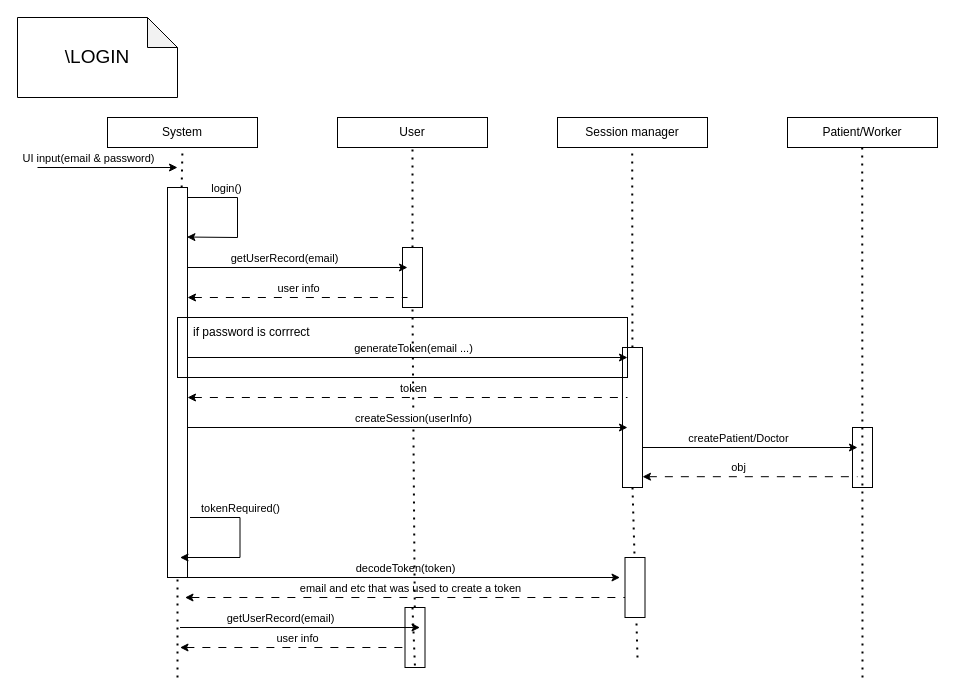
Earlier version of the draw.io diagram Project_Documentation/sequence_design/Login.drawio (IndecentTulip/Online-Health-Monitoring-System). Source tidied: cells renumbered, new cells numbered last; positions are measured from the earlier drawing's top-left corner, leaving out a move shared by most shapes. Both pictures are drawn from the tidied source at 100%, with x=0, y=0 at pixel (17, 17).
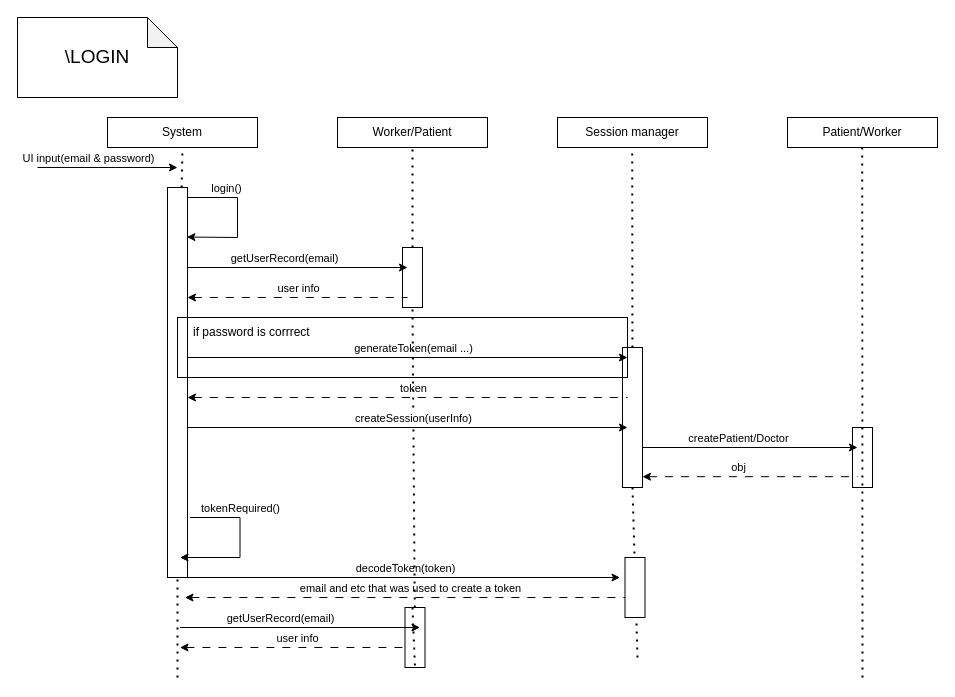
Above is the later version.

Change to the diagram source:
```diff
@@
-    <mxCell id="15" value="User" style="rounded=0;whiteSpace=wrap;html=1;" parent="1" vertex="1">
+    <mxCell id="15" value="Worker/Patient" style="rounded=0;whiteSpace=wrap;html=1;" parent="1" vertex="1">
       <mxGeometry x="320" y="100" width="150" height="30" as="geometry" />
     </mxCell>
```
